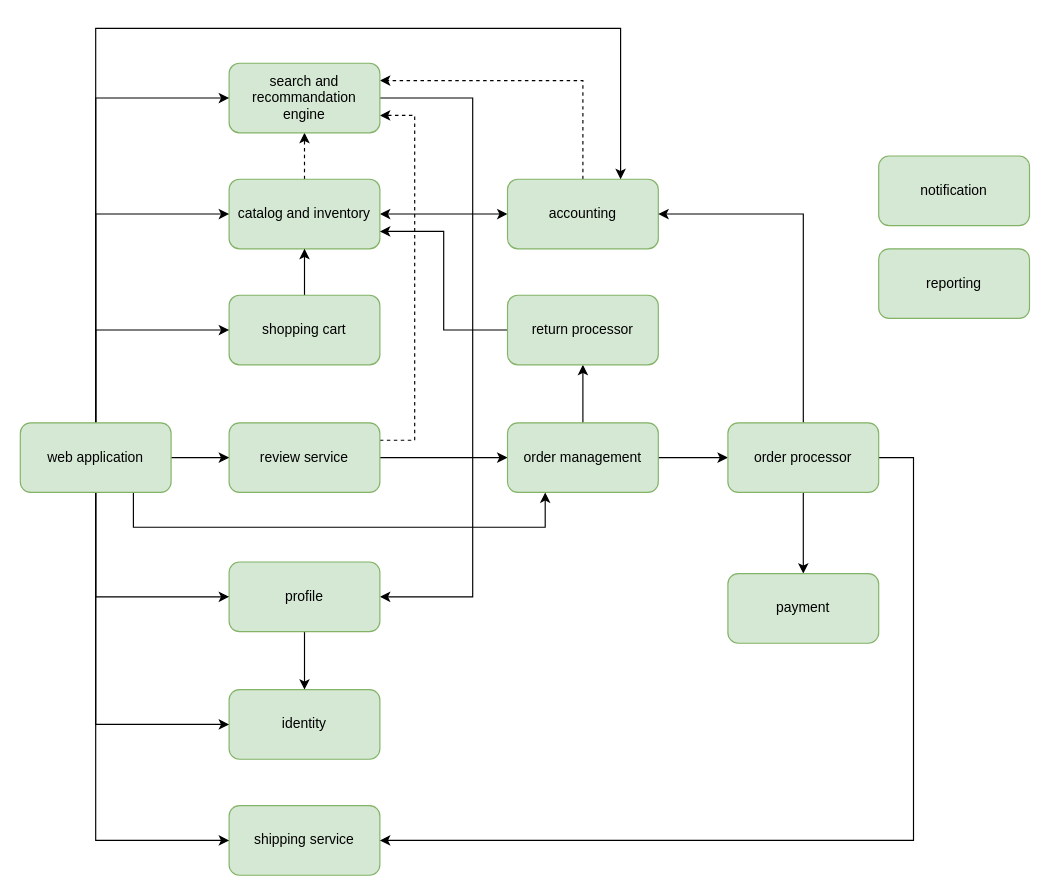
Earlier version of the draw.io diagram workflows/global_architecture.drawio (movies-albrains/.github). Source tidied: cells renumbered, new cells numbered last; positions are measured from the earlier drawing's top-left corner, leaving out a move shared by most shapes. Both pictures are drawn from the tidied source at 116%, with x=0, y=0 at pixel (20, 28).
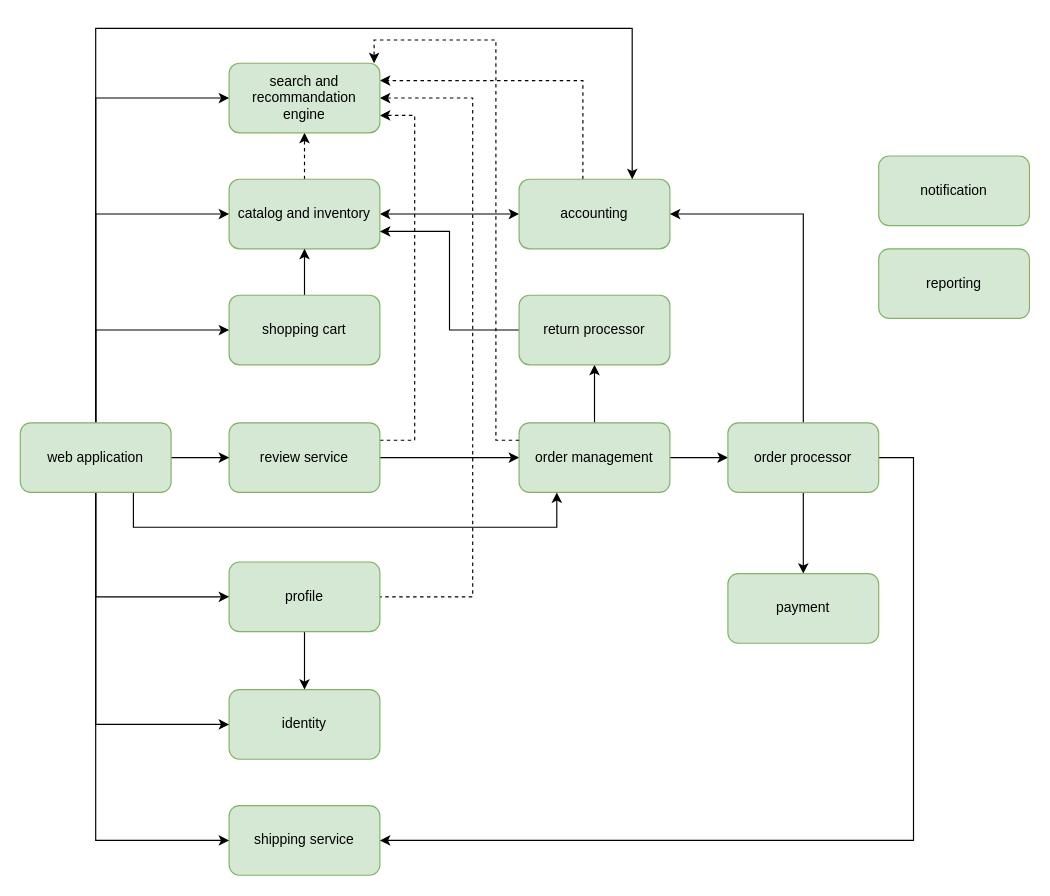
Above is the later version.

Commit message:
Mettre à jour global_architecture.drawio

The change refers to these unchanged cells:
```xml
<mxCell id="15" value="search and recommandation engine" style="rounded=1;whiteSpace=wrap;html=1;fillColor=#d5e8d4;strokeColor=#82b366;gradientColor=none;" parent="1" vertex="1">
  <mxGeometry x="180" y="30" width="130" height="60" as="geometry" />
</mxCell>
<mxCell id="24" value="profile" style="rounded=1;whiteSpace=wrap;html=1;fillColor=#d5e8d4;strokeColor=#82b366;" parent="1" vertex="1">
  <mxGeometry x="180" y="460" width="130" height="60" as="geometry" />
</mxCell>
<mxCell id="34" value="web application" style="rounded=1;whiteSpace=wrap;html=1;fillColor=#d5e8d4;strokeColor=#82b366;" parent="1" vertex="1">
  <mxGeometry y="340" width="130" height="60" as="geometry" />
</mxCell>
```

Change to the diagram source:
```diff
@@
     <mxCell id="6" value="accounting" style="rounded=1;whiteSpace=wrap;html=1;fillColor=#d5e8d4;strokeColor=#82b366;" parent="1" vertex="1">
-      <mxGeometry x="420" y="130" width="130" height="60" as="geometry" />
+      <mxGeometry x="430" y="130" width="130" height="60" as="geometry" />
     </mxCell>
@@
     <mxCell id="12" value="order management" style="rounded=1;whiteSpace=wrap;html=1;fillColor=#d5e8d4;strokeColor=#82b366;" parent="1" vertex="1">
-      <mxGeometry x="420" y="340" width="130" height="60" as="geometry" />
+      <mxGeometry x="430" y="340" width="130" height="60" as="geometry" />
     </mxCell>
@@
-    <mxCell id="14" style="edgeStyle=orthogonalEdgeStyle;rounded=0;jettySize=auto;html=1;exitX=1;exitY=0.5;exitDx=0;exitDy=0;entryX=1;entryY=0.5;entryDx=0;entryDy=0;" parent="1" edge="1" source="15" target="24">
+    <mxCell id="14" style="edgeStyle=orthogonalEdgeStyle;rounded=0;jettySize=auto;html=1;exitX=1;exitY=0.5;exitDx=0;exitDy=0;entryX=1;entryY=0.5;entryDx=0;entryDy=0;dashed=1;startArrow=classic;startFill=1;endArrow=none;endFill=0;" parent="1" edge="1" source="15" target="24">
       <mxGeometry relative="1" as="geometry">
         <Array as="points">
           <mxPoint x="390" y="60" />
           <mxPoint x="390" y="490" />
         </Array>
       </mxGeometry>
     </mxCell>
@@
     <mxCell id="21" value="return processor" style="rounded=1;whiteSpace=wrap;html=1;fillColor=#d5e8d4;strokeColor=#82b366;" parent="1" vertex="1">
-      <mxGeometry x="420" y="230" width="130" height="60" as="geometry" />
+      <mxGeometry x="430" y="230" width="130" height="60" as="geometry" />
     </mxCell>
@@
     <mxCell id="30" style="edgeStyle=orthogonalEdgeStyle;rounded=0;jettySize=auto;html=1;exitX=0.75;exitY=1;exitDx=0;exitDy=0;entryX=0.25;entryY=1;entryDx=0;entryDy=0;" parent="1" edge="1" source="34" target="12">
       <mxGeometry relative="1" as="geometry">
         <Array as="points">
           <mxPoint x="98" y="430" />
-          <mxPoint x="453" y="430" />
+          <mxPoint x="463" y="430" />
         </Array>
       </mxGeometry>
     </mxCell>
@@
     <mxCell id="33" style="edgeStyle=orthogonalEdgeStyle;rounded=0;jettySize=auto;html=1;entryX=0.75;entryY=0;entryDx=0;entryDy=0;" parent="1" edge="1" source="34" target="6">
       <mxGeometry relative="1" as="geometry">
         <Array as="points">
           <mxPoint x="65" />
-          <mxPoint x="518" />
+          <mxPoint x="528" />
         </Array>
       </mxGeometry>
     </mxCell>
@@
+    <mxCell id="40" style="edgeStyle=orthogonalEdgeStyle;rounded=0;jettySize=auto;html=1;exitX=0;exitY=0.25;exitDx=0;exitDy=0;dashed=1;" parent="1" edge="1" source="12" target="15">
+      <mxGeometry relative="1" as="geometry">
+        <Array as="points">
+          <mxPoint x="410" y="355" />
+          <mxPoint x="410" y="10" />
+          <mxPoint x="305" y="10" />
+        </Array>
+      </mxGeometry>
+    </mxCell>
```
